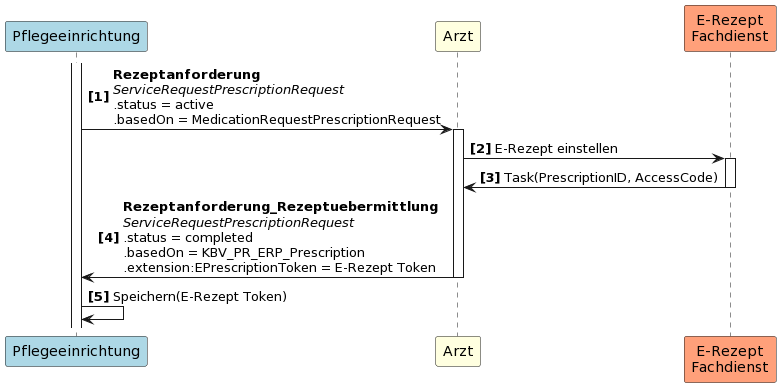
gematik/spec-E-Rezept-ServiceRequest keeps this PlantUML diagram as guides/ig-rezeptanforderung/images/puml_images/UC1_1.png. Above is the earlier version.
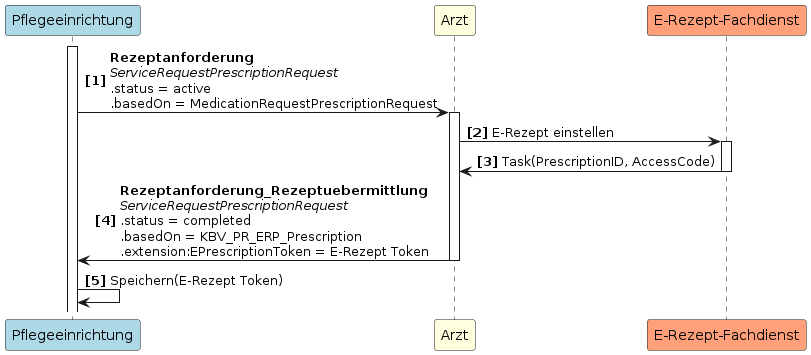
After the commit.

Commit message:
Rename E-Rezept Fachdienst

What changed in the source:
```diff
@@ -1,8 +1,8 @@
-@startuml
+@startuml UC1_1
 autonumber "<b>[0]"
 participant Pflegeeinrichtung as PE #LightBlue
 participant Arzt as A #LightYellow
-participant "E-Rezept\nFachdienst" as FD #LightSalmon
+participant "E-Rezept-Fachdienst" as FD #LightSalmon
 
 activate PE
 PE -> A++: <b>Rezeptanforderung \n<i>ServiceRequestPrescriptionRequest \n.status = active \n.basedOn = MedicationRequestPrescriptionRequest
```
